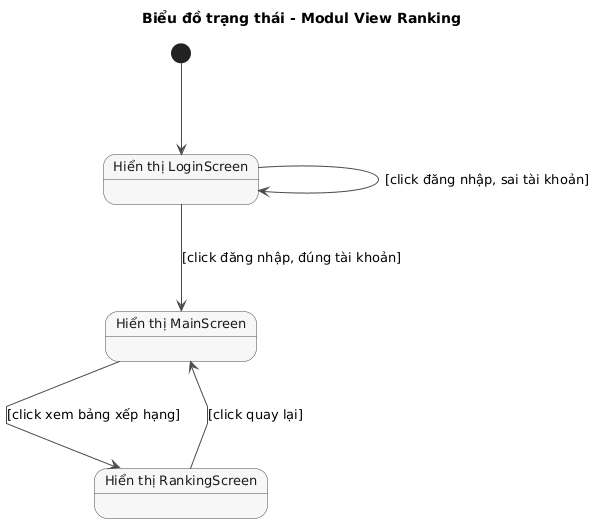
This is docs/uml/pha2/state-m1.png from VattenL/mobile-pikachu, a PlantUML export, as it was before one commit. The source it was exported from:
```plantuml
@startuml
title Biểu đồ trạng thái - Modul View Ranking

skinparam shadowing false
skinparam linetype polyline
skinparam defaultFontSize 13
skinparam nodesep 120
skinparam ranksep 90
skinparam state {
  BackgroundColor #F7F7F7
  BorderColor #4A4A4A
  ArrowColor #4A4A4A
  FontColor #1A1A1A
}

state "Hiển thị LoginScreen" as Login
state "Hiển thị MainScreen" as Main
state "Hiển thị RankingScreen" as Ranking

[*] --> Login
Login --> Login : [click đăng nhập, sai tài khoản]
Login --> Main : [click đăng nhập, đúng tài khoản]
Main --> Ranking : [click xem bảng xếp hạng]
Ranking --> Main : [click quay lại]
@enduml
```
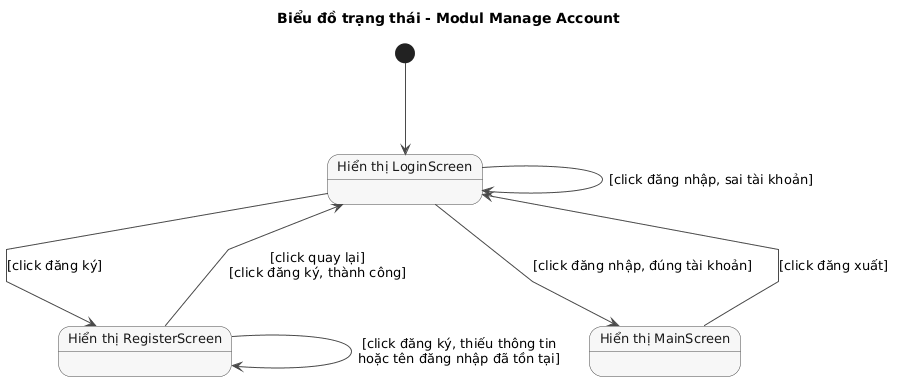
After the change.

What changed in the source:
```diff
@@ -1,5 +1,5 @@
 @startuml
-title Biểu đồ trạng thái - Modul View Ranking
+title Biểu đồ trạng thái - Modul Manage Account
 
 skinparam shadowing false
 skinparam linetype polyline
@@ -14,12 +14,14 @@
 }
 
 state "Hiển thị LoginScreen" as Login
+state "Hiển thị RegisterScreen" as Register
 state "Hiển thị MainScreen" as Main
-state "Hiển thị RankingScreen" as Ranking
 
 [*] --> Login
+Login --> Register : [click đăng ký]
+Register --> Register : [click đăng ký, thiếu thông tin\nhoặc tên đăng nhập đã tồn tại]
+Register --> Login : [click quay lại]\n[click đăng ký, thành công]
 Login --> Login : [click đăng nhập, sai tài khoản]
 Login --> Main : [click đăng nhập, đúng tài khoản]
-Main --> Ranking : [click xem bảng xếp hạng]
-Ranking --> Main : [click quay lại]
+Main --> Login : [click đăng xuất]
 @enduml
```
